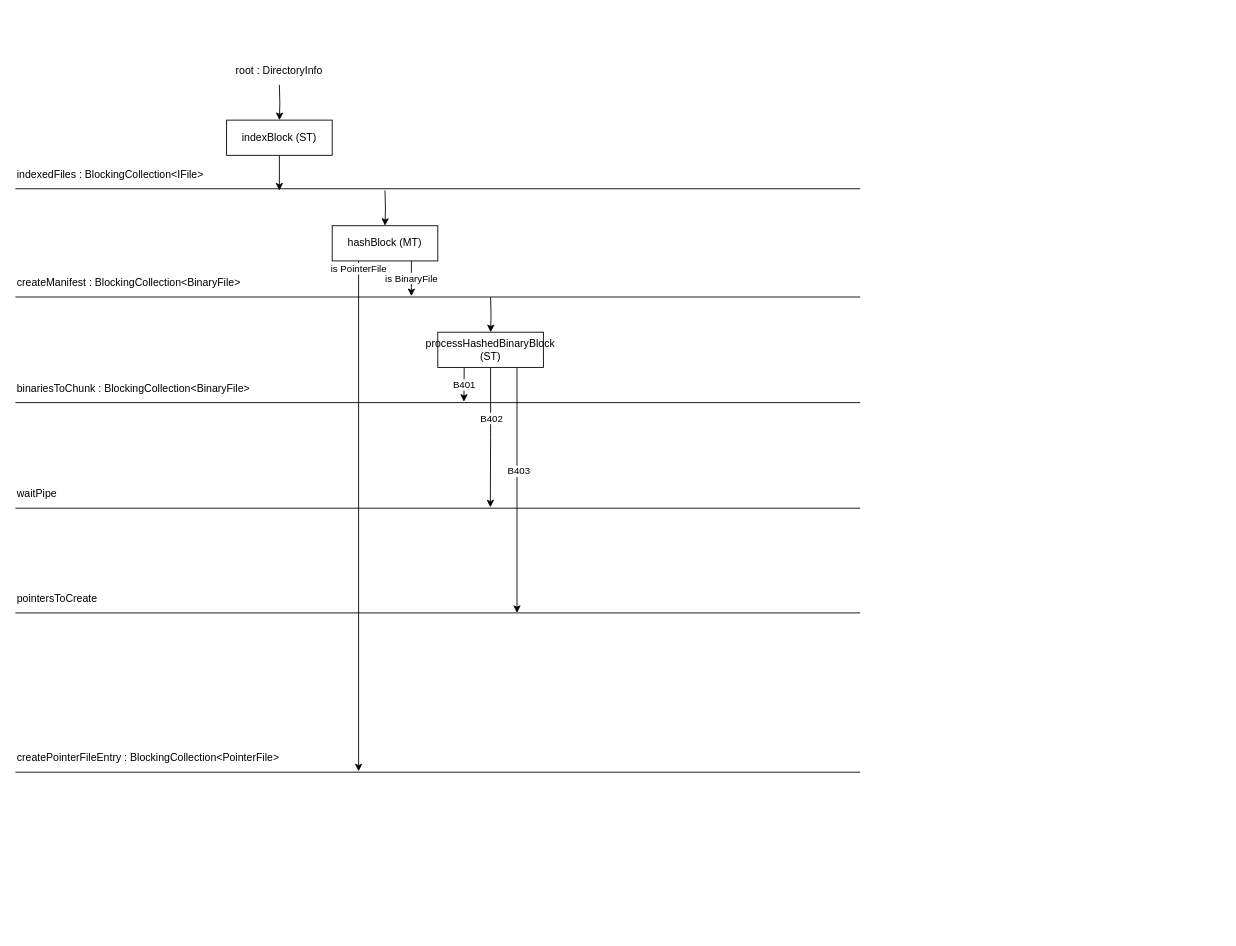
Earlier version of the draw.io diagram docs/AriusFlows.drawio (woutervanranst/Arius). Source tidied: cells renumbered, new cells numbered last; positions are measured from the earlier drawing's top-left corner, leaving out a move shared by most shapes. Both pictures are drawn from the tidied source at 88%, with x=0, y=0 at pixel (15, 58).
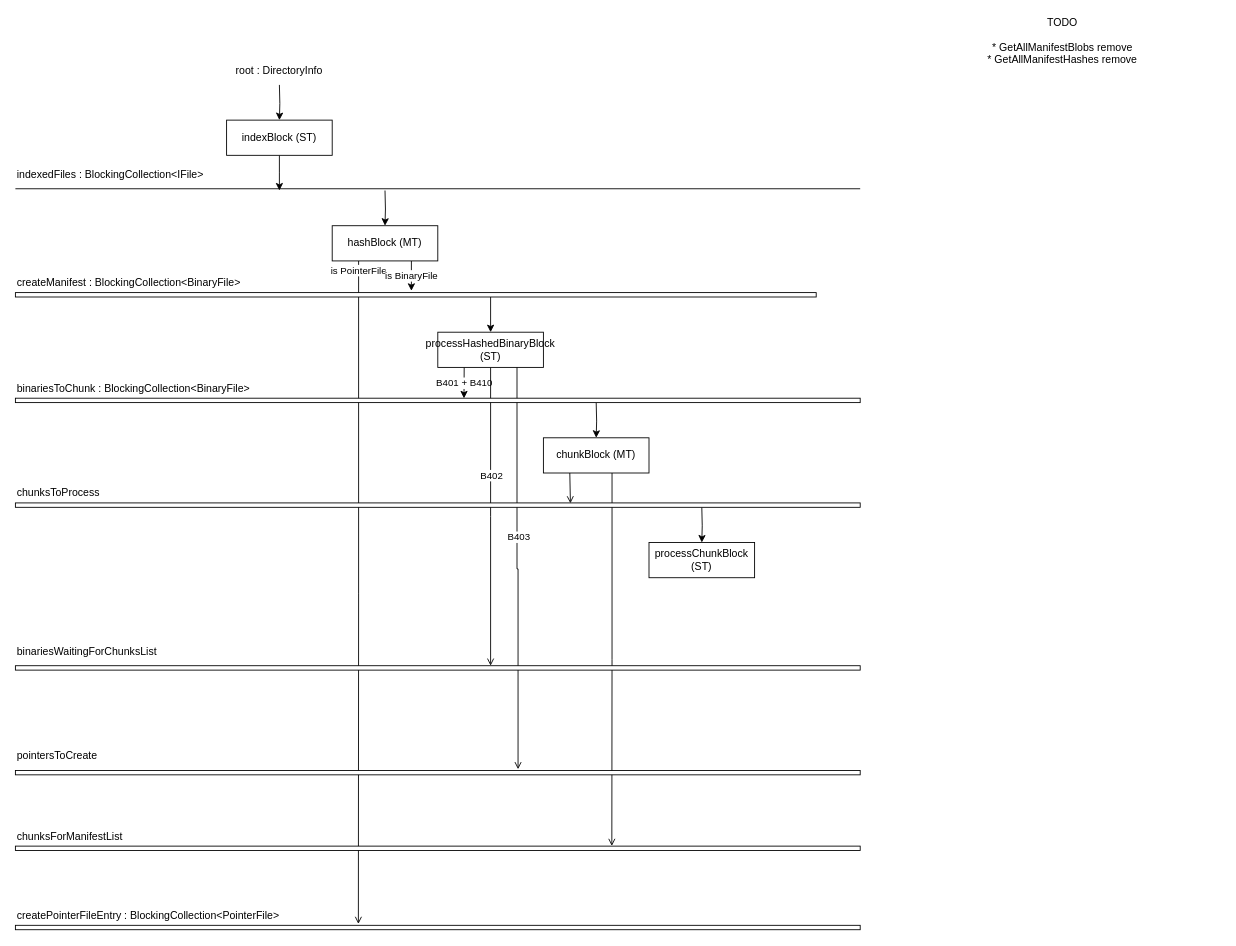
Above is the later version.

Unchanged cells that the change refers to:
```xml
<mxCell id="14" value="hashBlock (MT)" style="rounded=0;whiteSpace=wrap;html=1;" parent="1" vertex="1">
  <mxGeometry x="360" y="190" width="120" height="40" as="geometry" />
</mxCell>
<mxCell id="25" value="processHashedBinaryBlock (ST)" style="rounded=0;whiteSpace=wrap;html=1;" parent="1" vertex="1">
  <mxGeometry x="480" y="311" width="120" height="40" as="geometry" />
</mxCell>
```

Diff of the diagram source:
```diff
@@
-    <mxCell id="8" style="endArrow=none;html=1;" parent="1" edge="1">
-      <mxGeometry relative="1" as="geometry">
-        <mxPoint y="811" as="sourcePoint" />
-        <mxPoint x="960" y="811" as="targetPoint" />
-      </mxGeometry>
-    </mxCell>
     <mxCell id="9" value="createPointerFileEntry : BlockingCollection&amp;lt;PointerFile&amp;gt;" style="text;whiteSpace=wrap;html=1;" parent="1" vertex="1">
-      <mxGeometry y="781" width="330" height="30" as="geometry" />
+      <mxGeometry y="960" width="330" height="30" as="geometry" />
     </mxCell>
-    <mxCell id="10" style="endArrow=none;html=1;" parent="1" edge="1">
-      <mxGeometry relative="1" as="geometry">
-        <mxPoint y="271" as="sourcePoint" />
-        <mxPoint x="960" y="271" as="targetPoint" />
-      </mxGeometry>
-    </mxCell>
@@
-    <mxCell id="12" value="is PointerFile" style="edgeStyle=orthogonalEdgeStyle;rounded=0;jettySize=auto;html=1;exitX=0.25;exitY=1;exitDx=0;exitDy=0;" parent="1" edge="1" source="14">
-      <mxGeometry x="-0.97" relative="1" as="geometry">
-        <mxPoint x="390" y="810" as="targetPoint" />
-      </mxGeometry>
+    <mxCell id="12" value="is PointerFile" style="edgeStyle=orthogonalEdgeStyle;rounded=0;jettySize=auto;html=1;exitX=0.25;exitY=1;exitDx=0;exitDy=0;endArrow=open;endFill=0;entryX=0.406;entryY=-0.314;entryDx=0;entryDy=0;entryPerimeter=0;" parent="1" edge="1" source="14" target="44">
+      <mxGeometry x="-0.97" relative="1" as="geometry" />
     </mxCell>
     <mxCell id="13" value="is BinaryFile" style="edgeStyle=orthogonalEdgeStyle;rounded=0;jettySize=auto;html=1;exitX=0.75;exitY=1;exitDx=0;exitDy=0;" parent="1" edge="1" source="14">
       <mxGeometry relative="1" as="geometry">
-        <mxPoint x="450" y="270" as="targetPoint" />
-        <Array as="points">
-          <mxPoint x="450" y="260" />
-          <mxPoint x="450" y="260" />
-        </Array>
+        <mxPoint x="450" y="264" as="targetPoint" />
       </mxGeometry>
     </mxCell>
@@
-    <mxCell id="16" style="endArrow=none;html=1;" parent="1" edge="1">
-      <mxGeometry relative="1" as="geometry">
-        <mxPoint y="391" as="sourcePoint" />
-        <mxPoint x="960" y="391" as="targetPoint" />
-      </mxGeometry>
-    </mxCell>
@@
-    <mxCell id="18" style="endArrow=none;html=1;" parent="1" edge="1">
-      <mxGeometry relative="1" as="geometry">
-        <mxPoint y="511" as="sourcePoint" />
-        <mxPoint x="960" y="511" as="targetPoint" />
-      </mxGeometry>
-    </mxCell>
-    <mxCell id="19" value="waitPipe" style="text;whiteSpace=wrap;html=1;" parent="1" vertex="1">
-      <mxGeometry y="481" width="330" height="30" as="geometry" />
+    <mxCell id="19" value="binariesWaitingForChunksList" style="text;whiteSpace=wrap;html=1;" parent="1" vertex="1">
+      <mxGeometry y="660" width="330" height="30" as="geometry" />
     </mxCell>
-    <mxCell id="20" style="endArrow=none;html=1;" parent="1" edge="1">
-      <mxGeometry relative="1" as="geometry">
-        <mxPoint y="630" as="sourcePoint" />
-        <mxPoint x="960" y="630" as="targetPoint" />
-      </mxGeometry>
-    </mxCell>
     <mxCell id="21" value="pointersToCreate" style="text;whiteSpace=wrap;html=1;" parent="1" vertex="1">
-      <mxGeometry y="600" width="330" height="30" as="geometry" />
+      <mxGeometry y="779" width="330" height="30" as="geometry" />
     </mxCell>
-    <mxCell id="22" value="B401" style="edgeStyle=orthogonalEdgeStyle;rounded=0;jettySize=auto;html=1;exitX=0.25;exitY=1;exitDx=0;exitDy=0;" parent="1" edge="1" source="25">
-      <mxGeometry relative="1" as="geometry">
-        <mxPoint x="509.7" y="390" as="targetPoint" />
-      </mxGeometry>
+    <mxCell id="22" value="B401 + B410" style="edgeStyle=orthogonalEdgeStyle;rounded=0;jettySize=auto;html=1;exitX=0.25;exitY=1;exitDx=0;exitDy=0;entryX=0.531;entryY=0.037;entryDx=0;entryDy=0;entryPerimeter=0;" parent="1" edge="1" source="25" target="40">
+      <mxGeometry relative="1" as="geometry" />
     </mxCell>
-    <mxCell id="23" style="edgeStyle=orthogonalEdgeStyle;rounded=0;jettySize=auto;html=1;exitX=0.5;exitY=1;exitDx=0;exitDy=0;" parent="1" edge="1" source="25">
+    <mxCell id="23" style="edgeStyle=orthogonalEdgeStyle;rounded=0;jettySize=auto;html=1;exitX=0.5;exitY=1;exitDx=0;exitDy=0;endArrow=open;endFill=0;" parent="1" edge="1" source="25">
       <mxGeometry relative="1" as="geometry">
-        <mxPoint x="539.7" y="510" as="targetPoint" />
+        <mxPoint x="540" y="690" as="targetPoint" />
       </mxGeometry>
     </mxCell>
@@
-    <mxCell id="26" style="edgeStyle=orthogonalEdgeStyle;rounded=0;jettySize=auto;html=1;entryX=0.5;entryY=0;entryDx=0;entryDy=0;" parent="1" edge="1" target="25">
+    <mxCell id="26" style="edgeStyle=orthogonalEdgeStyle;rounded=0;jettySize=auto;html=1;entryX=0.5;entryY=0;entryDx=0;entryDy=0;exitX=0.596;exitY=0.64;exitDx=0;exitDy=0;exitPerimeter=0;" parent="1" edge="1" source="41" target="25">
       <mxGeometry relative="1" as="geometry">
-        <mxPoint x="540" y="271" as="sourcePoint" />
+        <Array as="points">
+          <mxPoint x="540" y="269" />
+        </Array>
       </mxGeometry>
     </mxCell>
-    <mxCell id="27" style="edgeStyle=orthogonalEdgeStyle;rounded=0;jettySize=auto;html=1;exitX=0.75;exitY=1;exitDx=0;exitDy=0;" parent="1" edge="1" source="25">
-      <mxGeometry relative="1" as="geometry">
-        <mxPoint x="570" y="630" as="targetPoint" />
-      </mxGeometry>
+    <mxCell id="27" style="edgeStyle=orthogonalEdgeStyle;rounded=0;jettySize=auto;html=1;exitX=0.75;exitY=1;exitDx=0;exitDy=0;endArrow=open;endFill=0;entryX=0.595;entryY=-0.273;entryDx=0;entryDy=0;entryPerimeter=0;" parent="1" edge="1" source="25" target="38">
+      <mxGeometry relative="1" as="geometry" />
     </mxCell>
@@
+    <mxCell id="29" value="TODO&lt;br&gt;&lt;br&gt;* GetAllManifestBlobs remove&lt;br&gt;* GetAllManifestHashes remove" style="text;html=1;strokeColor=none;fillColor=none;align=center;verticalAlign=middle;whiteSpace=wrap;rounded=0;" parent="1" vertex="1">
+      <mxGeometry x="1010" y="-30" width="360" height="20" as="geometry" />
+    </mxCell>
+    <mxCell id="30" style="edgeStyle=orthogonalEdgeStyle;rounded=0;jettySize=auto;html=1;endArrow=open;endFill=0;exitX=0.25;exitY=1;exitDx=0;exitDy=0;entryX=0.657;entryY=0.091;entryDx=0;entryDy=0;entryPerimeter=0;" parent="1" edge="1" source="31" target="39">
+      <mxGeometry relative="1" as="geometry" />
+    </mxCell>
+    <mxCell id="31" value="chunkBlock (MT)" style="rounded=0;whiteSpace=wrap;html=1;" parent="1" vertex="1">
+      <mxGeometry x="600" y="431" width="120" height="40" as="geometry" />
+    </mxCell>
+    <mxCell id="32" style="edgeStyle=orthogonalEdgeStyle;rounded=0;jettySize=auto;html=1;entryX=0.5;entryY=0;entryDx=0;entryDy=0;" parent="1" edge="1" target="31">
+      <mxGeometry relative="1" as="geometry">
+        <mxPoint x="660" y="391" as="sourcePoint" />
+      </mxGeometry>
+    </mxCell>
+    <mxCell id="33" value="chunksToProcess" style="text;whiteSpace=wrap;html=1;" parent="1" vertex="1">
+      <mxGeometry y="480" width="330" height="30" as="geometry" />
+    </mxCell>
+    <mxCell id="34" value="processChunkBlock (ST)" style="rounded=0;whiteSpace=wrap;html=1;" parent="1" vertex="1">
+      <mxGeometry x="720" y="550" width="120" height="40" as="geometry" />
+    </mxCell>
+    <mxCell id="35" style="edgeStyle=orthogonalEdgeStyle;rounded=0;jettySize=auto;html=1;entryX=0.5;entryY=0;entryDx=0;entryDy=0;" parent="1" edge="1" target="34">
+      <mxGeometry relative="1" as="geometry">
+        <mxPoint x="780" y="510" as="sourcePoint" />
+      </mxGeometry>
+    </mxCell>
+    <mxCell id="36" value="chunksForManifestList" style="text;whiteSpace=wrap;html=1;" parent="1" vertex="1">
+      <mxGeometry y="870" width="330" height="30" as="geometry" />
+    </mxCell>
+    <mxCell id="37" style="edgeStyle=orthogonalEdgeStyle;rounded=0;jettySize=auto;html=1;endArrow=open;endFill=0;exitX=0.65;exitY=1;exitDx=0;exitDy=0;exitPerimeter=0;entryX=0.706;entryY=-0.04;entryDx=0;entryDy=0;entryPerimeter=0;" parent="1" edge="1" source="31" target="43">
+      <mxGeometry relative="1" as="geometry" />
+    </mxCell>
+    <mxCell id="38" style="rounded=0;whiteSpace=wrap;html=1;align=center;" parent="1" vertex="1">
+      <mxGeometry y="809" width="960" height="5" as="geometry" />
+    </mxCell>
+    <mxCell id="39" style="rounded=0;whiteSpace=wrap;html=1;align=center;" parent="1" vertex="1">
+      <mxGeometry y="505" width="960" height="5" as="geometry" />
+    </mxCell>
+    <mxCell id="40" style="rounded=0;whiteSpace=wrap;html=1;align=center;" parent="1" vertex="1">
+      <mxGeometry y="386" width="960" height="5" as="geometry" />
+    </mxCell>
+    <mxCell id="41" style="rounded=0;whiteSpace=wrap;html=1;align=center;" parent="1" vertex="1">
+      <mxGeometry y="266" width="910" height="5" as="geometry" />
+    </mxCell>
+    <mxCell id="42" style="rounded=0;whiteSpace=wrap;html=1;align=center;" parent="1" vertex="1">
+      <mxGeometry y="690" width="960" height="5" as="geometry" />
+    </mxCell>
+    <mxCell id="43" style="rounded=0;whiteSpace=wrap;html=1;align=center;" parent="1" vertex="1">
+      <mxGeometry y="895" width="960" height="5" as="geometry" />
+    </mxCell>
+    <mxCell id="44" style="rounded=0;whiteSpace=wrap;html=1;align=center;" parent="1" vertex="1">
+      <mxGeometry y="985" width="960" height="5" as="geometry" />
+    </mxCell>
```
